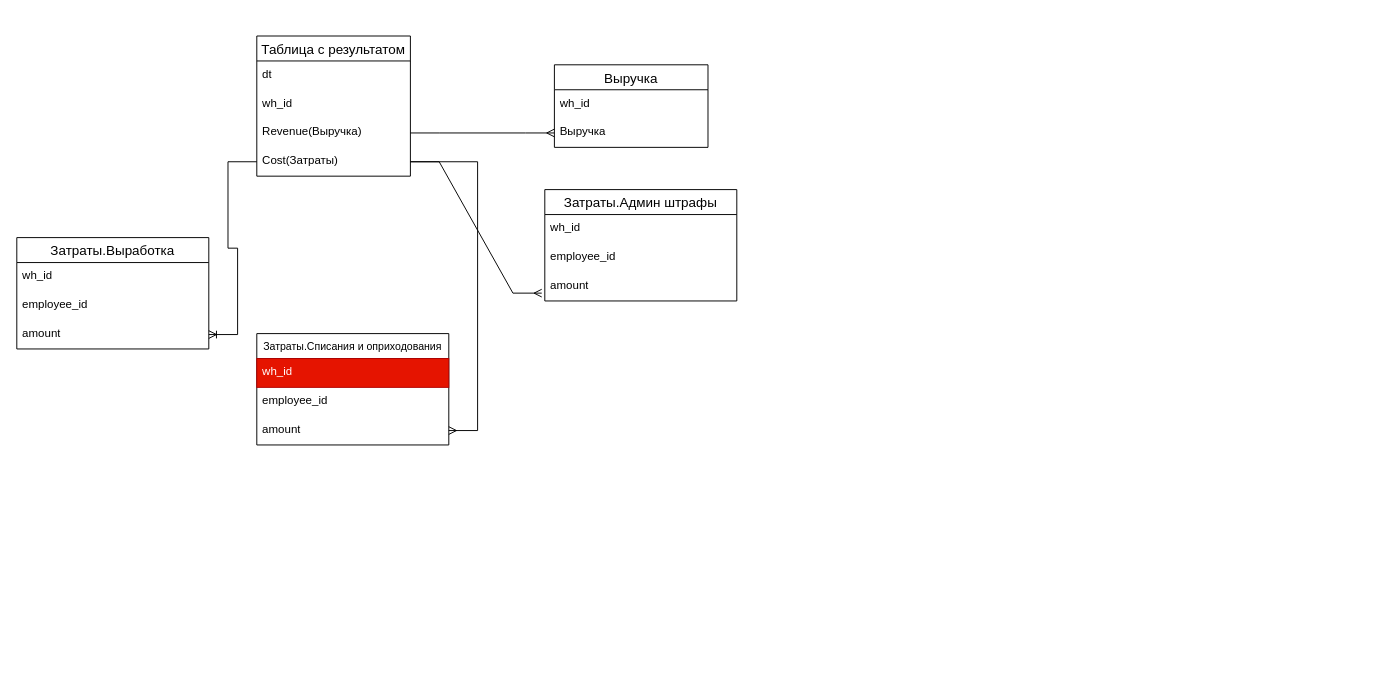
AntonKoltsov85/Schemes keeps this draw.io diagram as WH_cost_datails.drawio. Above is the earlier version. Source tidied: cells renumbered, new cells numbered last; positions are measured from the earlier drawing's top-left corner, leaving out a move shared by most shapes. Both pictures are drawn from the tidied source at 96%, with x=0, y=0 at pixel (16, 36).
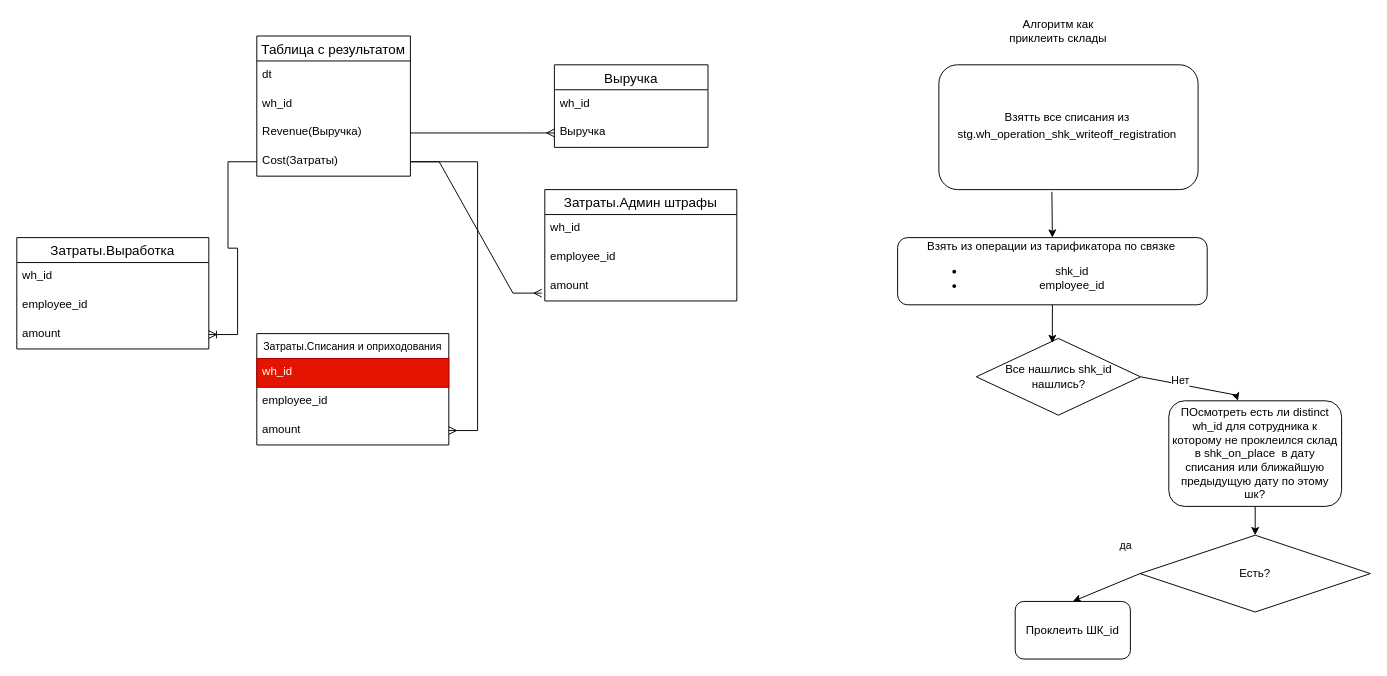
The same diagram, later.

What changed in the source:
```diff
@@
+    <mxCell id="26" value="Взятть все списания из&amp;nbsp;&lt;br&gt;&lt;table style=&quot;border-collapse:&lt;br/&gt; collapse;width:379pt&quot; width=&quot;505&quot; cellspacing=&quot;0&quot; cellpadding=&quot;0&quot; border=&quot;0&quot;&gt;&lt;tbody&gt;&lt;tr style=&quot;height:15.0pt&quot; height=&quot;20&quot;&gt;  &lt;td style=&quot;height:15.0pt;width:379pt&quot; width=&quot;505&quot; class=&quot;xl65&quot; height=&quot;20&quot;&gt;stg.wh_operation_shk_writeoff_registration&lt;font class=&quot;font5&quot;&gt;&amp;nbsp;&lt;/font&gt;&lt;/td&gt;&lt;/tr&gt;&lt;/tbody&gt;&lt;/table&gt;" style="rounded=1;whiteSpace=wrap;html=1;" parent="1" vertex="1">
+      <mxGeometry x="960.5" y="30" width="270" height="130" as="geometry" />
+    </mxCell>
+    <mxCell id="27" value="Алгоритм как приклеить склады" style="text;html=1;align=center;verticalAlign=middle;whiteSpace=wrap;rounded=0;" parent="1" vertex="1">
+      <mxGeometry x="1020" y="-20" width="130" height="30" as="geometry" />
+    </mxCell>
+    <mxCell id="28" value="Взять из операции из тарификатора по связке&amp;nbsp;&lt;div&gt;&lt;ul&gt;&lt;li&gt;shk_id&lt;/li&gt;&lt;li&gt;employee_id&lt;/li&gt;&lt;/ul&gt;&lt;/div&gt;" style="rounded=1;whiteSpace=wrap;html=1;" parent="1" vertex="1">
+      <mxGeometry x="917.5" y="210" width="322.5" height="70" as="geometry" />
+    </mxCell>
+    <mxCell id="29" value="Все нашлись shk_id нашлись?" style="rhombus;whiteSpace=wrap;html=1;" parent="1" vertex="1">
+      <mxGeometry x="999.5" y="315" width="171" height="80" as="geometry" />
+    </mxCell>
+    <mxCell id="30" style="endArrow=classic;html=1;rounded=0;exitX=1;exitY=0.5;exitDx=0;exitDy=0;" parent="1" edge="1" source="29" target="32">
+      <mxGeometry relative="1" as="geometry">
+        <Array as="points">
+          <mxPoint x="1270" y="374" />
+        </Array>
+      </mxGeometry>
+    </mxCell>
+    <mxCell id="31" value="Нет" style="edgeLabel;html=1;align=center;verticalAlign=middle;" parent="30" vertex="1">
+      <mxGeometry x="-0.24" y="4" relative="1" as="geometry" />
+    </mxCell>
+    <mxCell id="32" value="ПОсмотреть есть ли distinct wh_id для сотрудника к которому не проклеился склад&lt;div&gt;в shk_on_place&amp;nbsp; в дату списания или ближайшую предыдущую дату по этому шк?&lt;/div&gt;" style="rounded=1;whiteSpace=wrap;html=1;" parent="1" vertex="1">
+      <mxGeometry x="1200" y="380" width="180" height="110" as="geometry" />
+    </mxCell>
+    <mxCell id="33" style="endArrow=classic;html=1;rounded=0;exitX=0.436;exitY=1.018;exitDx=0;exitDy=0;exitPerimeter=0;entryX=0.5;entryY=0;entryDx=0;entryDy=0;" parent="1" edge="1" source="26" target="28">
+      <mxGeometry relative="1" as="geometry" />
+    </mxCell>
+    <mxCell id="34" style="endArrow=classic;html=1;rounded=0;exitX=0.5;exitY=1;exitDx=0;exitDy=0;entryX=0.463;entryY=0.06;entryDx=0;entryDy=0;entryPerimeter=0;" parent="1" edge="1" source="28" target="29">
+      <mxGeometry relative="1" as="geometry" />
+    </mxCell>
+    <mxCell id="35" value="Есть?" style="rhombus;whiteSpace=wrap;html=1;" parent="1" vertex="1">
+      <mxGeometry x="1170" y="520" width="240" height="80" as="geometry" />
+    </mxCell>
+    <mxCell id="36" style="endArrow=classic;html=1;rounded=0;exitX=0.5;exitY=1;exitDx=0;exitDy=0;entryX=0.5;entryY=0;entryDx=0;entryDy=0;" parent="1" edge="1" source="32" target="35">
+      <mxGeometry relative="1" as="geometry" />
+    </mxCell>
+    <mxCell id="37" style="endArrow=classic;html=1;rounded=0;exitX=0;exitY=0.5;exitDx=0;exitDy=0;entryX=0.5;entryY=0;entryDx=0;entryDy=0;" parent="1" edge="1" source="35" target="39">
+      <mxGeometry relative="1" as="geometry" />
+    </mxCell>
+    <mxCell id="38" value="да" style="edgeLabel;html=1;align=center;verticalAlign=middle;" parent="37" vertex="1">
+      <mxGeometry x="-0.06" y="-2" relative="1" as="geometry">
+        <mxPoint x="19" y="-41" as="offset" />
+      </mxGeometry>
+    </mxCell>
+    <mxCell id="39" value="Проклеить ШК_id" style="rounded=1;whiteSpace=wrap;html=1;" parent="1" vertex="1">
+      <mxGeometry x="1040" y="589" width="120" height="60" as="geometry" />
+    </mxCell>
```
